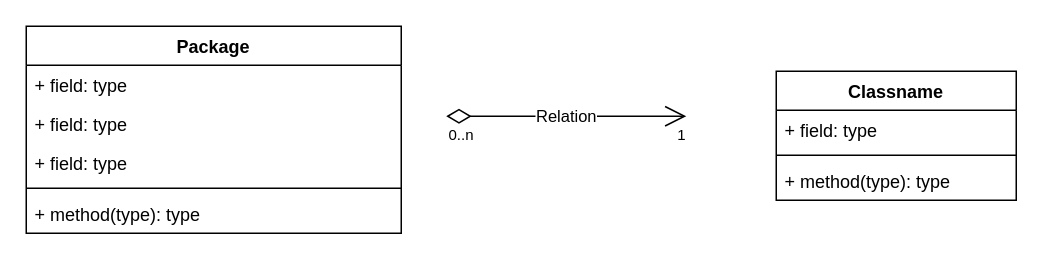
Above: Untitled Diagram.drawio in catalpainternational/IRMIS (draw.io), before the change. Source tidied: cells renumbered, new cells numbered last; positions are measured from the earlier drawing's top-left corner, leaving out a move shared by most shapes. Both pictures are drawn from the tidied source at 150%, with x=0, y=0 at pixel (26, 26).
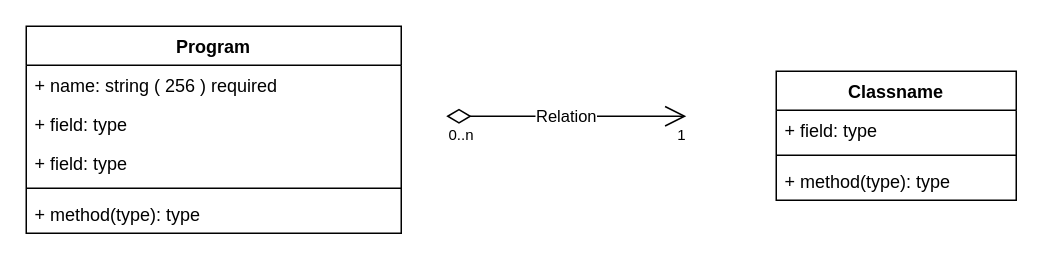
The same page after the edit.

What changed in the source:
```diff
@@
 <mxGraphModel background="#ffffff">
   <root>
     <mxCell id="0" />
     <mxCell id="1" parent="0" />
-    <mxCell id="2" value="Package&#10;" style="swimlane;fontStyle=1;align=center;verticalAlign=top;horizontal=1;startSize=26;" parent="1" vertex="1">
+    <mxCell id="2" value="Program" style="swimlane;fontStyle=1;align=center;verticalAlign=top;horizontal=1;startSize=26;" parent="1" vertex="1">
       <mxGeometry width="250" height="138" as="geometry" />
     </mxCell>
-    <mxCell id="3" value="+ field: type" style="text;strokeColor=none;fillColor=none;align=left;verticalAlign=top;spacingLeft=4;spacingRight=4;overflow=hidden;" parent="2" vertex="1">
+    <mxCell id="3" value="+ name: string ( 256 ) required" style="text;strokeColor=none;fillColor=none;align=left;verticalAlign=top;spacingLeft=4;spacingRight=4;overflow=hidden;" parent="2" vertex="1">
       <mxGeometry y="26" width="250" height="26" as="geometry" />
     </mxCell>
     <mxCell id="4" value="+ field: type" style="text;strokeColor=none;fillColor=none;align=left;verticalAlign=top;spacingLeft=4;spacingRight=4;overflow=hidden;" parent="2" vertex="1">
       <mxGeometry y="52" width="250" height="26" as="geometry" />
     </mxCell>
     <mxCell id="5" value="+ field: type" style="text;strokeColor=none;fillColor=none;align=left;verticalAlign=top;spacingLeft=4;spacingRight=4;overflow=hidden;" parent="2" vertex="1">
       <mxGeometry y="78" width="250" height="26" as="geometry" />
     </mxCell>
     <mxCell id="6" style="line;strokeWidth=1;fillColor=none;align=left;verticalAlign=middle;spacingTop=-1;spacingLeft=3;spacingRight=3;labelPosition=right;" parent="2" vertex="1">
       <mxGeometry y="104" width="250" height="8" as="geometry" />
     </mxCell>
     <mxCell id="7" value="+ method(type): type" style="text;strokeColor=none;fillColor=none;align=left;verticalAlign=top;spacingLeft=4;spacingRight=4;overflow=hidden;" parent="2" vertex="1">
       <mxGeometry y="112" width="250" height="26" as="geometry" />
     </mxCell>
     <mxCell id="8" value="Classname" style="swimlane;fontStyle=1;align=center;verticalAlign=top;horizontal=1;startSize=26;" parent="1" vertex="1">
       <mxGeometry x="500" y="30" width="160" height="86" as="geometry" />
     </mxCell>
     <mxCell id="9" value="+ field: type" style="text;strokeColor=none;fillColor=none;align=left;verticalAlign=top;spacingLeft=4;spacingRight=4;overflow=hidden;" parent="8" vertex="1">
       <mxGeometry y="26" width="160" height="26" as="geometry" />
     </mxCell>
     <mxCell id="10" style="line;strokeWidth=1;fillColor=none;align=left;verticalAlign=middle;spacingTop=-1;spacingLeft=3;spacingRight=3;labelPosition=right;" parent="8" vertex="1">
       <mxGeometry y="52" width="160" height="8" as="geometry" />
     </mxCell>
     <mxCell id="11" value="+ method(type): type" style="text;strokeColor=none;fillColor=none;align=left;verticalAlign=top;spacingLeft=4;spacingRight=4;overflow=hidden;" parent="8" vertex="1">
       <mxGeometry y="60" width="160" height="26" as="geometry" />
     </mxCell>
     <mxCell id="12" value="Relation" style="endArrow=open;html=1;endSize=12;startArrow=diamondThin;startSize=14;startFill=0;edgeStyle=orthogonalEdgeStyle;" parent="1" edge="1">
       <mxGeometry relative="1" as="geometry">
         <mxPoint x="280" y="60" as="sourcePoint" />
         <mxPoint x="440" y="60" as="targetPoint" />
       </mxGeometry>
     </mxCell>
     <mxCell id="13" value="0..n" style="html=1;align=left;verticalAlign=top;labelBackgroundColor=#ffffff;fontSize=10;" parent="12" vertex="1">
       <mxGeometry x="-1" relative="1" as="geometry" />
     </mxCell>
     <mxCell id="14" value="1" style="html=1;align=right;verticalAlign=top;labelBackgroundColor=#ffffff;fontSize=10;" parent="12" vertex="1">
       <mxGeometry x="1" relative="1" as="geometry" />
     </mxCell>
   </root>
 </mxGraphModel>
```
